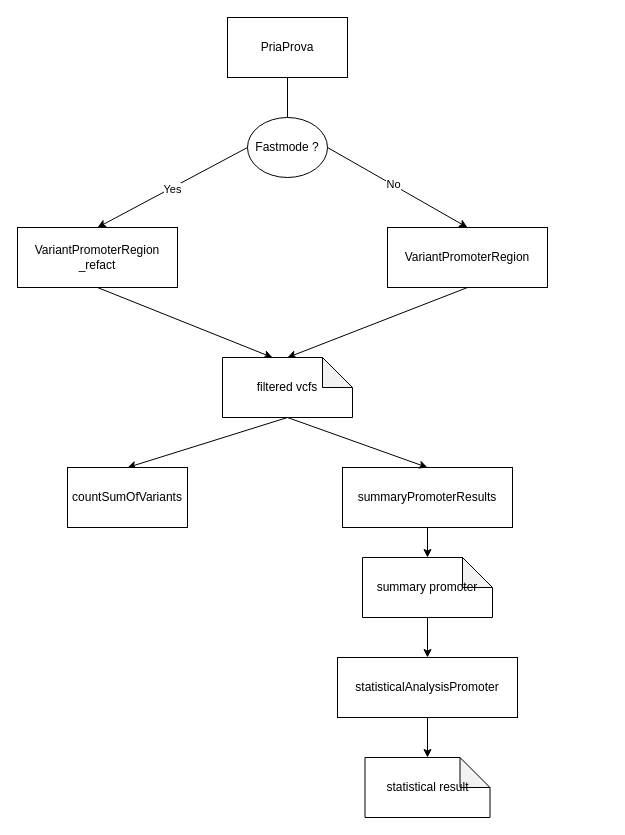
MartinKahabka/ClIntKahabka keeps this draw.io diagram as promoter/structure.drawio. Above is the earlier version. Source tidied: cells renumbered, new cells numbered last; positions are measured from the earlier drawing's top-left corner, leaving out a move shared by most shapes. Both pictures are drawn from the tidied source at 100%, with x=0, y=0 at pixel (17, 17).
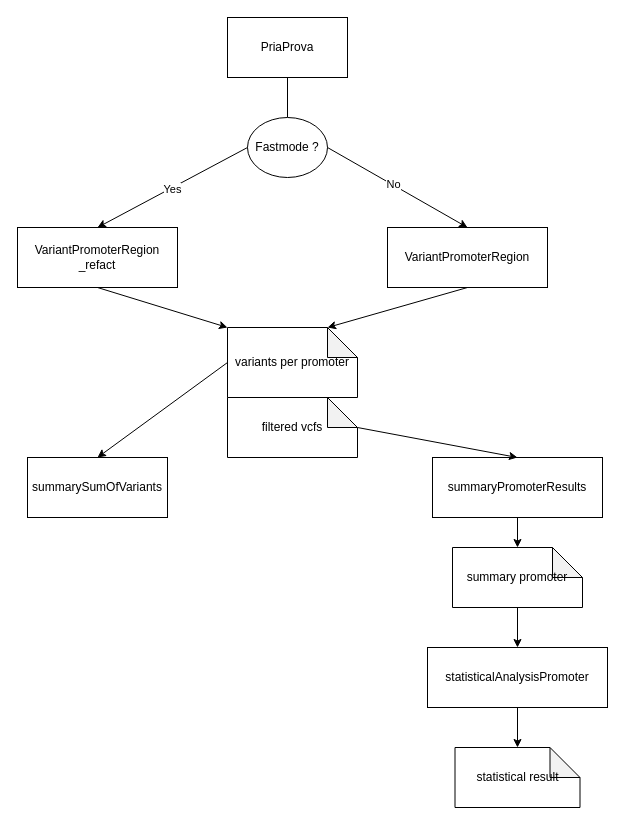
Above is the later version.

Commit message:
adjusted structure of pipeline

Unchanged cells that the change refers to:
```xml
<mxCell id="3" value="VariantPromoterRegion" style="rounded=0;whiteSpace=wrap;html=1;" parent="1" vertex="1">
  <mxGeometry x="370" y="210" width="160" height="60" as="geometry" />
</mxCell>
<mxCell id="9" value="VariantPromoterRegion&lt;br&gt;_refact" style="rounded=0;whiteSpace=wrap;html=1;" parent="1" vertex="1">
  <mxGeometry y="210" width="160" height="60" as="geometry" />
</mxCell>
```

Diff of the diagram source:
```diff
@@
-    <mxCell id="2" style="edgeStyle=none;html=1;exitX=0.5;exitY=1;exitDx=0;exitDy=0;entryX=0.5;entryY=0;entryDx=0;entryDy=0;entryPerimeter=0;" parent="1" edge="1" source="3" target="18">
-      <mxGeometry relative="1" as="geometry" />
-    </mxCell>
+    <mxCell id="24" style="edgeStyle=none;html=1;exitX=0.5;exitY=1;exitDx=0;exitDy=0;entryX=0;entryY=0;entryDx=100;entryDy=0;entryPerimeter=0;" parent="1" edge="1" source="3" target="27">
+      <mxGeometry relative="1" as="geometry" />
+    </mxCell>
@@
     <mxCell id="5" value="summaryPromoterResults" style="rounded=0;whiteSpace=wrap;html=1;" parent="1" vertex="1">
-      <mxGeometry x="325" y="450" width="170" height="60" as="geometry" />
+      <mxGeometry x="415" y="440" width="170" height="60" as="geometry" />
     </mxCell>
@@
     <mxCell id="7" value="statisticalAnalysisPromoter" style="rounded=0;whiteSpace=wrap;html=1;" parent="1" vertex="1">
-      <mxGeometry x="320" y="640" width="180" height="60" as="geometry" />
+      <mxGeometry x="410" y="630" width="180" height="60" as="geometry" />
     </mxCell>
-    <mxCell id="8" style="edgeStyle=none;html=1;exitX=0.5;exitY=1;exitDx=0;exitDy=0;entryX=0;entryY=0;entryDx=50;entryDy=0;entryPerimeter=0;" parent="1" edge="1" source="9" target="18">
-      <mxGeometry relative="1" as="geometry" />
-    </mxCell>
+    <mxCell id="25" style="edgeStyle=none;html=1;exitX=0.5;exitY=1;exitDx=0;exitDy=0;entryX=0;entryY=0;entryDx=0;entryDy=0;entryPerimeter=0;" parent="1" edge="1" source="9" target="27">
+      <mxGeometry relative="1" as="geometry" />
+    </mxCell>
@@
-    <mxCell id="17" style="edgeStyle=none;html=1;exitX=0.5;exitY=1;exitDx=0;exitDy=0;exitPerimeter=0;entryX=0.5;entryY=0;entryDx=0;entryDy=0;" parent="1" edge="1" source="18" target="23">
-      <mxGeometry relative="1" as="geometry" />
-    </mxCell>
+    <mxCell id="19" style="edgeStyle=none;html=1;exitX=0;exitY=0;exitDx=130;exitDy=30;exitPerimeter=0;entryX=0.5;entryY=0;entryDx=0;entryDy=0;" parent="1" edge="1" source="18" target="5">
+      <mxGeometry relative="1" as="geometry" />
+    </mxCell>
     <mxCell id="18" value="filtered vcfs" style="shape=note;whiteSpace=wrap;html=1;backgroundOutline=1;darkOpacity=0.05;" parent="1" vertex="1">
-      <mxGeometry x="205" y="340" width="130" height="60" as="geometry" />
+      <mxGeometry x="210" y="380" width="130" height="60" as="geometry" />
     </mxCell>
-    <mxCell id="19" style="endArrow=classic;html=1;exitX=0.5;exitY=1;exitDx=0;exitDy=0;exitPerimeter=0;entryX=0.5;entryY=0;entryDx=0;entryDy=0;" parent="1" edge="1" source="18" target="5">
-      <mxGeometry relative="1" as="geometry" />
-    </mxCell>
@@
     <mxCell id="21" value="summary promoter" style="shape=note;whiteSpace=wrap;html=1;backgroundOutline=1;darkOpacity=0.05;" parent="1" vertex="1">
-      <mxGeometry x="345" y="540" width="130" height="60" as="geometry" />
+      <mxGeometry x="435" y="530" width="130" height="60" as="geometry" />
     </mxCell>
     <mxCell id="22" value="statistical result" style="shape=note;whiteSpace=wrap;html=1;backgroundOutline=1;darkOpacity=0.05;" parent="1" vertex="1">
-      <mxGeometry x="347.5" y="740" width="125" height="60" as="geometry" />
+      <mxGeometry x="437.5" y="730" width="125" height="60" as="geometry" />
     </mxCell>
-    <mxCell id="23" value="countSumOfVariants" style="whiteSpace=wrap;html=1;" parent="1" vertex="1">
-      <mxGeometry x="50" y="450" width="120" height="60" as="geometry" />
+    <mxCell id="23" value="summarySumOfVariants" style="whiteSpace=wrap;html=1;" parent="1" vertex="1">
+      <mxGeometry x="10" y="440" width="140" height="60" as="geometry" />
     </mxCell>
+    <mxCell id="26" style="edgeStyle=none;html=1;exitX=0;exitY=0.5;exitDx=0;exitDy=0;exitPerimeter=0;entryX=0.5;entryY=0;entryDx=0;entryDy=0;" parent="1" edge="1" source="27" target="23">
+      <mxGeometry relative="1" as="geometry" />
+    </mxCell>
+    <mxCell id="27" value="variants per promoter" style="shape=note;whiteSpace=wrap;html=1;backgroundOutline=1;darkOpacity=0.05;" parent="1" vertex="1">
+      <mxGeometry x="210" y="310" width="130" height="70" as="geometry" />
+    </mxCell>
```
